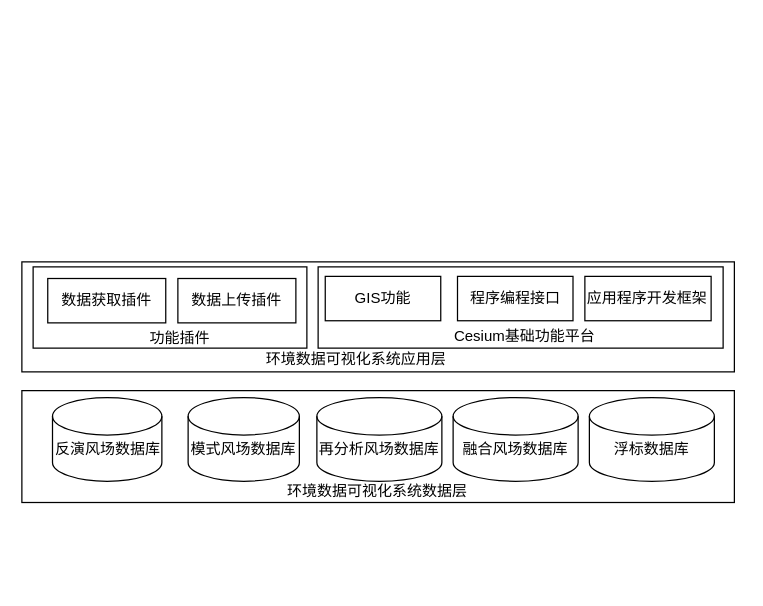
Above: architecture.drawio in xiangsanliu/drawio (draw.io), before the change. Source tidied: cells renumbered, new cells numbered last; positions are measured from the earlier drawing's top-left corner, leaving out a move shared by most shapes. Both pictures are drawn from the tidied source at 125%, with x=0, y=0 at pixel (21, 261).
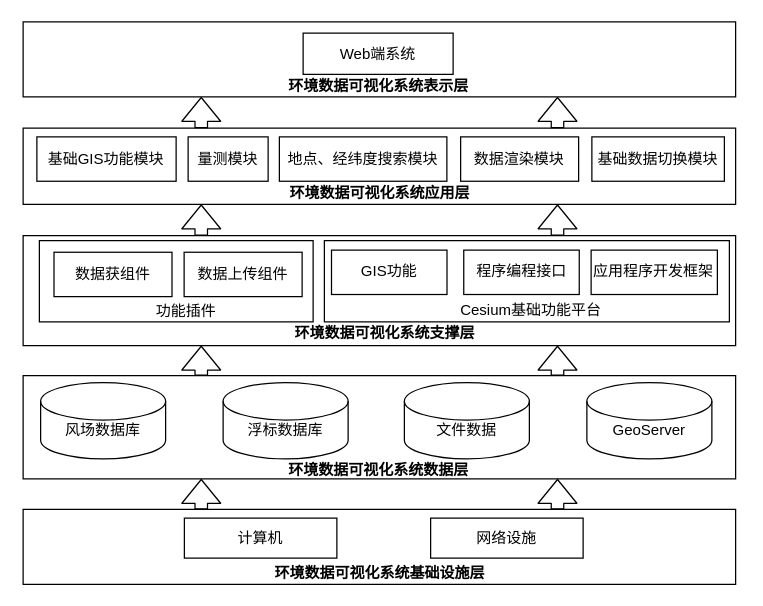
The same diagram, later.

Unchanged cells that the change refers to:
```xml
<mxCell id="21" style="group;" parent="12" vertex="1">
  <mxGeometry x="9" y="4" width="219" height="65" as="geometry" />
</mxCell>
```

Diff of the diagram source:
```diff
@@
-    <mxCell id="2" style="group;" parent="1" vertex="1">
-      <mxGeometry y="103" width="569" height="90.5" as="geometry" />
-    </mxCell>
-    <mxCell id="3" style="group;" parent="2" vertex="1">
-      <mxGeometry width="570" height="90" as="geometry" />
-    </mxCell>
-    <mxCell id="4" style="rounded=0;whiteSpace=wrap;html=1;" parent="3" vertex="1">
-      <mxGeometry width="570" height="89.5" as="geometry" />
-    </mxCell>
-    <mxCell id="5" value="环境数据可视化系统数据层" style="text;html=1;align=center;verticalAlign=middle;" parent="3" vertex="1">
-      <mxGeometry x="207.4" y="72.1" width="154" height="18" as="geometry" />
-    </mxCell>
-    <mxCell id="6" style="group;" parent="1" vertex="1">
-      <mxGeometry x="24.5" y="108.5" width="529.5" height="67" as="geometry" />
-    </mxCell>
-    <mxCell id="7" value="&lt;br&gt;反演风场数据库" style="shape=cylinder2;whiteSpace=wrap;html=1;boundedLbl=1;backgroundOutline=1;size=15;" parent="6" vertex="1">
-      <mxGeometry width="87.5" height="67" as="geometry" />
-    </mxCell>
-    <mxCell id="8" value="&lt;br&gt;模式风场数据库" style="shape=cylinder2;whiteSpace=wrap;html=1;boundedLbl=1;backgroundOutline=1;size=15;" parent="6" vertex="1">
-      <mxGeometry x="108.5" width="89" height="67" as="geometry" />
-    </mxCell>
-    <mxCell id="9" value="&lt;br&gt;再分析风场数据库" style="shape=cylinder2;whiteSpace=wrap;html=1;boundedLbl=1;backgroundOutline=1;size=15;" parent="6" vertex="1">
-      <mxGeometry x="211.5" width="100" height="67" as="geometry" />
-    </mxCell>
-    <mxCell id="10" value="&lt;br&gt;融合风场数据库" style="shape=cylinder2;whiteSpace=wrap;html=1;boundedLbl=1;backgroundOutline=1;size=15;" parent="6" vertex="1">
-      <mxGeometry x="320.5" width="100" height="67" as="geometry" />
-    </mxCell>
-    <mxCell id="11" value="&lt;br&gt;浮标数据库" style="shape=cylinder2;whiteSpace=wrap;html=1;boundedLbl=1;backgroundOutline=1;size=15;" parent="6" vertex="1">
-      <mxGeometry x="429.5" width="100" height="67" as="geometry" />
-    </mxCell>
     <mxCell id="12" style="group;" parent="1" vertex="1">
-      <mxGeometry width="570" height="88" as="geometry" />
+      <mxGeometry x="5" y="-21" width="570" height="88" as="geometry" />
     </mxCell>
     <mxCell id="13" style="rounded=0;whiteSpace=wrap;html=1;" parent="12" vertex="1">
-      <mxGeometry width="570" height="88" as="geometry" />
+      <mxGeometry x="-4" width="570" height="88" as="geometry" />
     </mxCell>
@@
-    <mxCell id="23" value="数据获取插件" style="rounded=0;whiteSpace=wrap;html=1;" parent="21" vertex="1">
+    <mxCell id="23" value="数据获组件" style="rounded=0;whiteSpace=wrap;html=1;" parent="21" vertex="1">
       <mxGeometry x="11.7" y="9.3" width="94.4" height="35.5" as="geometry" />
     </mxCell>
-    <mxCell id="24" value="数据上传插件" style="rounded=0;whiteSpace=wrap;html=1;" parent="21" vertex="1">
+    <mxCell id="24" value="数据上传组件" style="rounded=0;whiteSpace=wrap;html=1;" parent="21" vertex="1">
       <mxGeometry x="115.8" y="9.3" width="94.4" height="35.5" as="geometry" />
     </mxCell>
@@
-    <mxCell id="26" value="环境数据可视化系统应用层" style="text;html=1;align=center;verticalAlign=middle;" parent="12" vertex="1">
-      <mxGeometry x="190.3" y="69" width="154" height="18" as="geometry" />
+    <mxCell id="26" value="&lt;b&gt;环境数据可视化系统支撑层&lt;/b&gt;" style="text;html=1;align=center;verticalAlign=middle;" parent="12" vertex="1">
+      <mxGeometry x="208" y="69" width="154" height="18" as="geometry" />
     </mxCell>
+    <mxCell id="27" style="group;" parent="1" vertex="1">
+      <mxGeometry x="1" y="-107" width="570" height="61" as="geometry" />
+    </mxCell>
+    <mxCell id="28" style="whiteSpace=wrap;html=1;" parent="27" vertex="1">
+      <mxGeometry width="570" height="61" as="geometry" />
+    </mxCell>
+    <mxCell id="29" value="&lt;b&gt;环境数据可视化系统应用层&lt;/b&gt;" style="text;html=1;align=center;verticalAlign=middle;" parent="27" vertex="1">
+      <mxGeometry x="207.5" y="43" width="154" height="18" as="geometry" />
+    </mxCell>
+    <mxCell id="30" style="group;" parent="27" vertex="1">
+      <mxGeometry x="11" y="7" width="550" height="35.5" as="geometry" />
+    </mxCell>
+    <mxCell id="31" value="基础GIS功能模块" style="rounded=0;whiteSpace=wrap;html=1;" parent="30" vertex="1">
+      <mxGeometry width="111.4" height="35.5" as="geometry" />
+    </mxCell>
+    <mxCell id="32" value="量测模块" style="rounded=0;whiteSpace=wrap;html=1;" parent="30" vertex="1">
+      <mxGeometry x="121" width="64" height="35.5" as="geometry" />
+    </mxCell>
+    <mxCell id="33" value="地点、经纬度搜索模块" style="rounded=0;whiteSpace=wrap;html=1;" parent="30" vertex="1">
+      <mxGeometry x="194" width="134" height="35.5" as="geometry" />
+    </mxCell>
+    <mxCell id="34" value="数据渲染模块" style="rounded=0;whiteSpace=wrap;html=1;" parent="30" vertex="1">
+      <mxGeometry x="339" width="94.4" height="35.5" as="geometry" />
+    </mxCell>
+    <mxCell id="35" value="基础数据切换模块" style="rounded=0;whiteSpace=wrap;html=1;" parent="30" vertex="1">
+      <mxGeometry x="444" width="106" height="35.5" as="geometry" />
+    </mxCell>
+    <mxCell id="36" style="group;" parent="1" vertex="1">
+      <mxGeometry x="1" y="-192" width="570" height="60" as="geometry" />
+    </mxCell>
+    <mxCell id="37" style="rounded=0;whiteSpace=wrap;html=1;labelPosition=center;verticalLabelPosition=bottom;align=center;verticalAlign=top;" parent="36" vertex="1">
+      <mxGeometry width="570" height="60" as="geometry" />
+    </mxCell>
+    <mxCell id="38" value="&lt;b&gt;环境数据可视化系统表示层&lt;/b&gt;" style="text;html=1;align=center;verticalAlign=middle;" parent="36" vertex="1">
+      <mxGeometry x="207.3" y="43" width="154" height="18" as="geometry" />
+    </mxCell>
+    <mxCell id="39" value="Web端系统" style="rounded=0;whiteSpace=wrap;html=1;" parent="36" vertex="1">
+      <mxGeometry x="224" y="9" width="120" height="33" as="geometry" />
+    </mxCell>
+    <mxCell id="40" style="group;" parent="1" vertex="1">
+      <mxGeometry x="1" y="198" width="570" height="60" as="geometry" />
+    </mxCell>
+    <mxCell id="41" style="rounded=0;whiteSpace=wrap;html=1;" parent="40" vertex="1">
+      <mxGeometry width="570" height="60" as="geometry" />
+    </mxCell>
+    <mxCell id="42" value="&lt;b&gt;环境数据可视化系统基础设施层&lt;/b&gt;" style="text;html=1;align=center;verticalAlign=middle;" parent="40" vertex="1">
+      <mxGeometry x="196" y="42" width="178" height="18" as="geometry" />
+    </mxCell>
+    <mxCell id="43" value="计算机" style="rounded=0;whiteSpace=wrap;html=1;" parent="40" vertex="1">
+      <mxGeometry x="129" y="7" width="122" height="32" as="geometry" />
+    </mxCell>
+    <mxCell id="44" value="网络设施" style="rounded=0;whiteSpace=wrap;html=1;" parent="40" vertex="1">
+      <mxGeometry x="326" y="7" width="122" height="32" as="geometry" />
+    </mxCell>
+    <mxCell id="45" style="shape=flexArrow;endArrow=classic;html=1;entryX=0.25;entryY=1;entryDx=0;entryDy=0;exitX=0.25;exitY=0;exitDx=0;exitDy=0;" parent="1" edge="1" source="28" target="37">
+      <mxGeometry relative="1" as="geometry" />
+    </mxCell>
+    <mxCell id="46" style="shape=flexArrow;endArrow=classic;html=1;entryX=0.75;entryY=1;entryDx=0;entryDy=0;exitX=0.75;exitY=0;exitDx=0;exitDy=0;" parent="1" edge="1" source="28" target="37">
+      <mxGeometry relative="1" as="geometry" />
+    </mxCell>
+    <mxCell id="47" style="shape=flexArrow;endArrow=classic;html=1;entryX=0.75;entryY=1;entryDx=0;entryDy=0;exitX=0.75;exitY=0;exitDx=0;exitDy=0;" parent="1" edge="1" source="41" target="4">
+      <mxGeometry relative="1" as="geometry" />
+    </mxCell>
+    <mxCell id="48" style="shape=flexArrow;endArrow=classic;html=1;entryX=0.75;entryY=1;entryDx=0;entryDy=0;exitX=0.75;exitY=0;exitDx=0;exitDy=0;" parent="1" edge="1" source="4" target="13">
+      <mxGeometry relative="1" as="geometry" />
+    </mxCell>
+    <mxCell id="49" style="shape=flexArrow;endArrow=classic;html=1;entryX=0.25;entryY=1;entryDx=0;entryDy=0;exitX=0.25;exitY=0;exitDx=0;exitDy=0;" parent="1" edge="1" source="4" target="13">
+      <mxGeometry relative="1" as="geometry" />
+    </mxCell>
+    <mxCell id="50" style="shape=flexArrow;endArrow=classic;html=1;entryX=0.75;entryY=1;entryDx=0;entryDy=0;exitX=0.75;exitY=0;exitDx=0;exitDy=0;" parent="1" edge="1" source="13" target="28">
+      <mxGeometry relative="1" as="geometry" />
+    </mxCell>
+    <mxCell id="51" style="shape=flexArrow;endArrow=classic;html=1;entryX=0.25;entryY=1;entryDx=0;entryDy=0;exitX=0.25;exitY=0;exitDx=0;exitDy=0;" parent="1" edge="1" source="13" target="28">
+      <mxGeometry relative="1" as="geometry" />
+    </mxCell>
+    <mxCell id="52" style="shape=flexArrow;endArrow=classic;html=1;entryX=0.25;entryY=1;entryDx=0;entryDy=0;exitX=0.25;exitY=0;exitDx=0;exitDy=0;" parent="1" edge="1" source="41" target="4">
+      <mxGeometry relative="1" as="geometry" />
+    </mxCell>
+    <mxCell id="2" style="group;" parent="1" vertex="1">
+      <mxGeometry x="1" y="91" width="570" height="84.1" as="geometry" />
+    </mxCell>
+    <mxCell id="3" style="group;" parent="2" vertex="1">
+      <mxGeometry width="570" height="84.1" as="geometry" />
+    </mxCell>
+    <mxCell id="4" style="rounded=0;whiteSpace=wrap;html=1;" parent="3" vertex="1">
+      <mxGeometry width="570" height="82.6" as="geometry" />
+    </mxCell>
+    <mxCell id="5" value="&lt;b&gt;环境数据可视化系统数据层&lt;/b&gt;" style="text;html=1;align=center;verticalAlign=middle;" parent="3" vertex="1">
+      <mxGeometry x="207.4" y="66.5" width="154" height="18" as="geometry" />
+    </mxCell>
+    <mxCell id="53" value="&lt;br&gt;GeoServer" style="shape=cylinder2;whiteSpace=wrap;html=1;boundedLbl=1;backgroundOutline=1;size=15;" parent="3" vertex="1">
+      <mxGeometry x="451" y="5.5" width="100" height="61.1" as="geometry" />
+    </mxCell>
+    <mxCell id="10" value="&lt;br&gt;风场数据库" style="shape=cylinder2;whiteSpace=wrap;html=1;boundedLbl=1;backgroundOutline=1;size=15;" parent="3" vertex="1">
+      <mxGeometry x="14" y="5.5" width="100" height="61.1" as="geometry" />
+    </mxCell>
+    <mxCell id="11" value="&lt;br&gt;浮标数据库" style="shape=cylinder2;whiteSpace=wrap;html=1;boundedLbl=1;backgroundOutline=1;size=15;" parent="3" vertex="1">
+      <mxGeometry x="160" y="5.5" width="100" height="61.1" as="geometry" />
+    </mxCell>
+    <mxCell id="54" value="&lt;br&gt;文件数据" style="shape=cylinder2;whiteSpace=wrap;html=1;boundedLbl=1;backgroundOutline=1;size=15;" parent="3" vertex="1">
+      <mxGeometry x="305" y="5.5" width="100" height="61.1" as="geometry" />
+    </mxCell>
```
